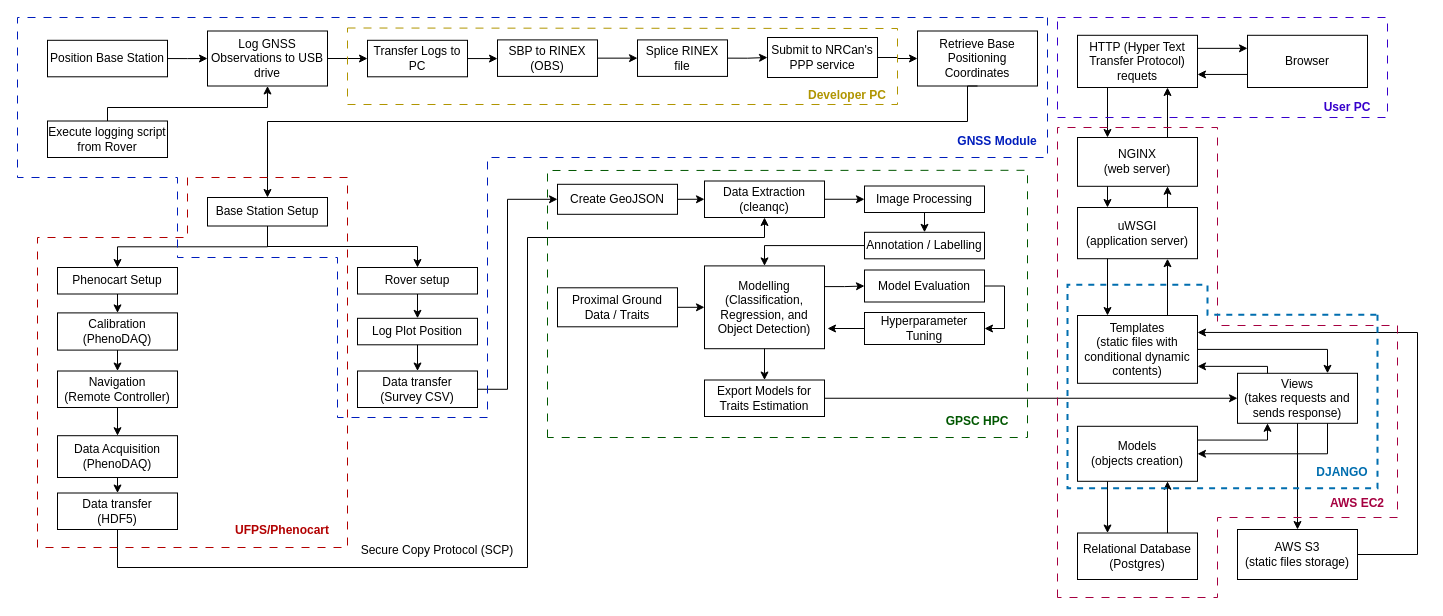
prabaharravichandran/Workflow keeps this draw.io diagram as Untitled Diagram.drawio. Above is the earlier version. Source tidied: cells renumbered, new cells numbered last; positions are measured from the earlier drawing's top-left corner, leaving out a move shared by most shapes. Both pictures are drawn from the tidied source at 100%, with x=0, y=0 at pixel (17, 17).
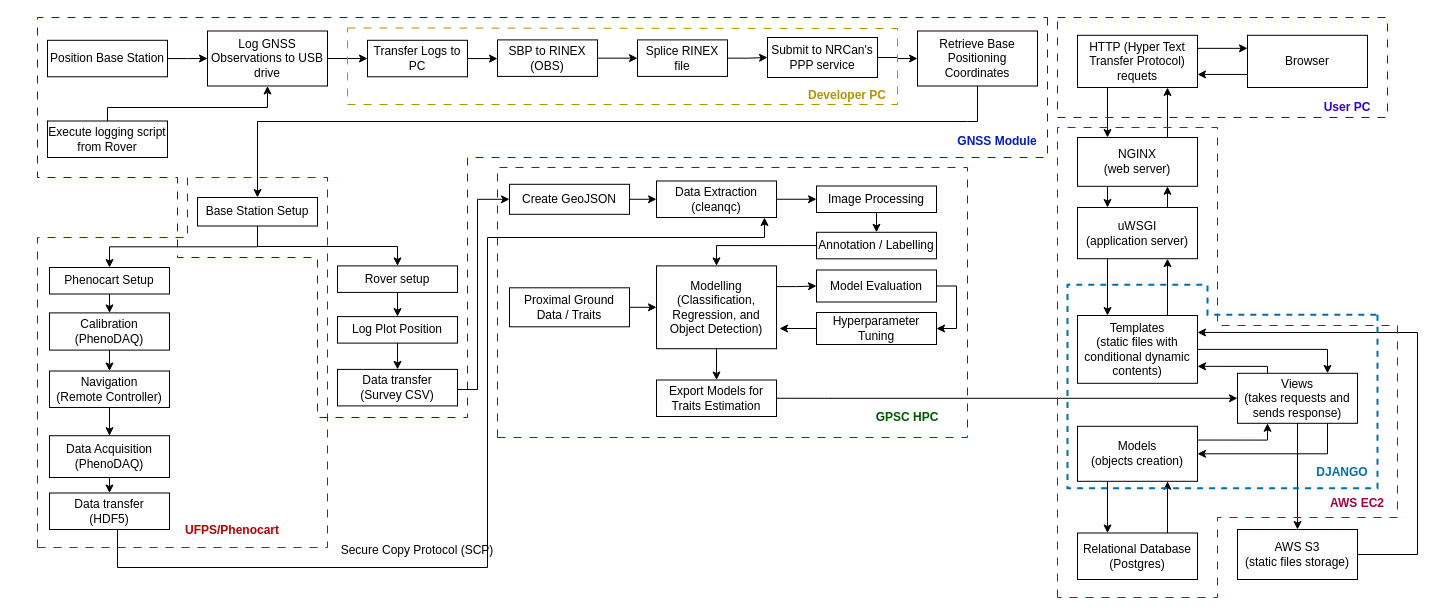
Above is the later version.

The edit, as a diff of the source:
```diff
@@
-    <mxCell id="17" style="edgeStyle=orthogonalEdgeStyle;rounded=0;jettySize=auto;html=1;exitX=0.5;exitY=1;exitDx=0;exitDy=0;" parent="1" edge="1" source="18" target="30">
+    <mxCell id="17" style="edgeStyle=orthogonalEdgeStyle;rounded=0;jettySize=auto;html=1;exitX=0.5;exitY=1;exitDx=0;exitDy=0;entryX=0.5;entryY=0;entryDx=0;entryDy=0;" parent="1" edge="1" source="18" target="30">
       <mxGeometry relative="1" as="geometry">
         <Array as="points">
-          <mxPoint x="250" y="229" />
-          <mxPoint x="400" y="229" />
+          <mxPoint x="240" y="229" />
+          <mxPoint x="380" y="229" />
         </Array>
       </mxGeometry>
     </mxCell>
     <mxCell id="18" value="Base Station Setup" style="rounded=0;whiteSpace=wrap;html=1;fillColor=none;" parent="1" vertex="1">
-      <mxGeometry x="190" y="180" width="120" height="28.5" as="geometry" />
+      <mxGeometry x="180" y="180" width="120" height="28.5" as="geometry" />
     </mxCell>
@@
     <mxCell id="20" value="Phenocart Setup" style="rounded=0;whiteSpace=wrap;html=1;fillColor=none;" parent="1" vertex="1">
-      <mxGeometry x="40" y="250" width="120" height="26.5" as="geometry" />
+      <mxGeometry x="32" y="250" width="120" height="26.5" as="geometry" />
     </mxCell>
@@
     <mxCell id="22" value="Calibration&lt;br&gt;(PhenoDAQ)" style="rounded=0;whiteSpace=wrap;html=1;fillColor=none;" parent="1" vertex="1">
-      <mxGeometry x="40" y="295.4" width="120" height="37.2" as="geometry" />
+      <mxGeometry x="32" y="295.4" width="120" height="37.2" as="geometry" />
     </mxCell>
@@
     <mxCell id="24" value="Navigation&lt;br&gt;(Remote Controller)" style="rounded=0;whiteSpace=wrap;html=1;fillColor=none;" parent="1" vertex="1">
-      <mxGeometry x="40" y="353.5" width="120" height="36.5" as="geometry" />
+      <mxGeometry x="32" y="353.5" width="120" height="36.5" as="geometry" />
     </mxCell>
@@
     <mxCell id="26" value="Data Acquisition&lt;br&gt;(PhenoDAQ)" style="rounded=0;whiteSpace=wrap;html=1;fillColor=none;" parent="1" vertex="1">
-      <mxGeometry x="40" y="418.2" width="120" height="41.8" as="geometry" />
+      <mxGeometry x="32" y="418.2" width="120" height="41.8" as="geometry" />
     </mxCell>
     <mxCell id="27" style="edgeStyle=orthogonalEdgeStyle;rounded=0;jettySize=auto;html=1;exitX=0.5;exitY=1;exitDx=0;exitDy=0;" parent="1" edge="1" source="28" target="38">
       <mxGeometry relative="1" as="geometry">
         <Array as="points">
+          <mxPoint x="100" y="512" />
           <mxPoint x="100" y="550" />
-          <mxPoint x="510" y="550" />
-          <mxPoint x="510" y="220" />
+          <mxPoint x="470" y="550" />
+          <mxPoint x="470" y="220" />
           <mxPoint x="747" y="220" />
         </Array>
       </mxGeometry>
     </mxCell>
     <mxCell id="28" value="Data transfer&lt;br&gt;(HDF5)" style="rounded=0;whiteSpace=wrap;html=1;fillColor=none;" parent="1" vertex="1">
-      <mxGeometry x="40" y="475.5" width="120" height="36.5" as="geometry" />
+      <mxGeometry x="32" y="475.5" width="120" height="36.5" as="geometry" />
     </mxCell>
@@
     <mxCell id="30" value="Rover setup" style="rounded=0;whiteSpace=wrap;html=1;fillColor=none;" parent="1" vertex="1">
-      <mxGeometry x="340" y="250" width="120" height="26.5" as="geometry" />
+      <mxGeometry x="320" y="248.4" width="120" height="26.5" as="geometry" />
     </mxCell>
@@
     <mxCell id="32" value="Log Plot Position" style="rounded=0;whiteSpace=wrap;html=1;fillColor=none;" parent="1" vertex="1">
-      <mxGeometry x="340" y="300.8" width="120" height="26.5" as="geometry" />
+      <mxGeometry x="320" y="299.1" width="120" height="26.5" as="geometry" />
     </mxCell>
     <mxCell id="33" style="edgeStyle=orthogonalEdgeStyle;rounded=0;jettySize=auto;html=1;exitX=1;exitY=0.5;exitDx=0;exitDy=0;entryX=0;entryY=0.5;entryDx=0;entryDy=0;" parent="1" edge="1" source="34" target="36">
       <mxGeometry relative="1" as="geometry">
         <Array as="points">
-          <mxPoint x="490" y="372" />
-          <mxPoint x="490" y="182" />
+          <mxPoint x="440" y="372" />
+          <mxPoint x="460" y="372" />
+          <mxPoint x="460" y="182" />
         </Array>
       </mxGeometry>
     </mxCell>
     <mxCell id="34" value="Data transfer &lt;br&gt;(Survey CSV)" style="rounded=0;whiteSpace=wrap;html=1;fillColor=none;" parent="1" vertex="1">
-      <mxGeometry x="340" y="353.5" width="120" height="36.5" as="geometry" />
+      <mxGeometry x="320" y="351.9" width="120" height="36.5" as="geometry" />
     </mxCell>
@@
     <mxCell id="36" value="Create GeoJSON" style="rounded=0;whiteSpace=wrap;html=1;fillColor=none;" parent="1" vertex="1">
-      <mxGeometry x="540" y="166.8" width="120" height="30" as="geometry" />
+      <mxGeometry x="492" y="166.8" width="120" height="30" as="geometry" />
     </mxCell>
@@
     <mxCell id="38" value="Data Extraction&lt;br&gt;(cleanqc)" style="rounded=0;whiteSpace=wrap;html=1;fillColor=none;" parent="1" vertex="1">
-      <mxGeometry x="687" y="163.5" width="120" height="36.5" as="geometry" />
+      <mxGeometry x="639" y="163.5" width="120" height="36.5" as="geometry" />
     </mxCell>
@@
     <mxCell id="40" value="Image Processing" style="rounded=0;whiteSpace=wrap;html=1;fillColor=none;" parent="1" vertex="1">
-      <mxGeometry x="847" y="168.5" width="120" height="26.5" as="geometry" />
+      <mxGeometry x="799" y="168.5" width="120" height="26.5" as="geometry" />
     </mxCell>
@@
     <mxCell id="42" value="Annotation / Labelling" style="rounded=0;whiteSpace=wrap;html=1;fillColor=none;" parent="1" vertex="1">
-      <mxGeometry x="847" y="214.8" width="120" height="26.5" as="geometry" />
+      <mxGeometry x="799" y="214.8" width="120" height="26.5" as="geometry" />
     </mxCell>
@@
     <mxCell id="45" value="Modelling (Classification, Regression, and Object Detection)" style="rounded=0;whiteSpace=wrap;html=1;fillColor=none;" parent="1" vertex="1">
-      <mxGeometry x="687" y="248.4" width="120" height="82.8" as="geometry" />
+      <mxGeometry x="639" y="248.4" width="120" height="82.8" as="geometry" />
     </mxCell>
@@
     <mxCell id="47" value="Proximal Ground Data / Traits" style="rounded=0;whiteSpace=wrap;html=1;fillColor=none;" parent="1" vertex="1">
-      <mxGeometry x="540" y="270.3" width="120" height="39" as="geometry" />
+      <mxGeometry x="492" y="270.3" width="120" height="39" as="geometry" />
     </mxCell>
@@
     <mxCell id="49" value="Model Evaluation" style="rounded=0;whiteSpace=wrap;html=1;fillColor=none;" parent="1" vertex="1">
-      <mxGeometry x="847" y="252.5" width="120" height="32" as="geometry" />
+      <mxGeometry x="799" y="252.5" width="120" height="32" as="geometry" />
     </mxCell>
@@
     <mxCell id="51" value="Export Models for Traits Estimation" style="rounded=0;whiteSpace=wrap;html=1;fillColor=none;" parent="1" vertex="1">
-      <mxGeometry x="687" y="362.5" width="120" height="36.5" as="geometry" />
+      <mxGeometry x="639" y="362.5" width="120" height="36.5" as="geometry" />
     </mxCell>
     <mxCell id="52" style="edgeStyle=orthogonalEdgeStyle;rounded=0;jettySize=auto;html=1;exitX=0;exitY=0.5;exitDx=0;exitDy=0;" parent="1" edge="1" source="53">
       <mxGeometry relative="1" as="geometry">
-        <mxPoint x="810" y="311.1" as="targetPoint" />
+        <mxPoint x="762" y="311.1" as="targetPoint" />
       </mxGeometry>
     </mxCell>
     <mxCell id="53" value="Hyperparameter Tuning" style="rounded=0;whiteSpace=wrap;html=1;fillColor=none;" parent="1" vertex="1">
-      <mxGeometry x="847" y="295" width="120" height="32" as="geometry" />
+      <mxGeometry x="799" y="295" width="120" height="32" as="geometry" />
     </mxCell>
@@
     <mxCell id="76" style="endArrow=none;dashed=1;html=1;rounded=0;fillColor=#0050ef;strokeColor=#001DBC;dashPattern=8 8;" parent="1" edge="1">
       <mxGeometry relative="1" as="geometry">
         <mxPoint x="1030" as="sourcePoint" />
         <mxPoint x="1030" as="targetPoint" />
         <Array as="points">
           <mxPoint x="1030" y="140" />
-          <mxPoint x="470" y="140" />
-          <mxPoint x="470" y="400" />
-          <mxPoint x="320" y="400" />
-          <mxPoint x="320" y="240" />
+          <mxPoint x="450" y="140" />
+          <mxPoint x="450" y="400" />
+          <mxPoint x="300" y="400" />
+          <mxPoint x="300" y="240" />
           <mxPoint x="160" y="240" />
           <mxPoint x="160" y="160" />
-          <mxPoint y="160" />
-          <mxPoint />
+          <mxPoint x="20" y="160" />
+          <mxPoint x="20" />
         </Array>
       </mxGeometry>
     </mxCell>
@@
     <mxCell id="78" style="endArrow=none;dashed=1;html=1;rounded=0;fillColor=#e51400;strokeColor=#B20000;dashPattern=8 8;" parent="1" edge="1">
       <mxGeometry relative="1" as="geometry">
         <mxPoint x="20" y="530" as="sourcePoint" />
         <mxPoint x="20" y="530" as="targetPoint" />
         <Array as="points">
           <mxPoint x="20" y="220" />
           <mxPoint x="170" y="220" />
           <mxPoint x="170" y="160" />
-          <mxPoint x="330" y="160" />
-          <mxPoint x="330" y="530" />
+          <mxPoint x="310" y="160" />
+          <mxPoint x="310" y="530" />
         </Array>
       </mxGeometry>
     </mxCell>
     <mxCell id="79" style="endArrow=none;dashed=1;html=1;rounded=0;fillColor=#008a00;strokeColor=#005700;dashPattern=8 8;" parent="1" edge="1">
       <mxGeometry relative="1" as="geometry">
-        <mxPoint x="530" y="420" as="sourcePoint" />
-        <mxPoint x="530" y="420" as="targetPoint" />
+        <mxPoint x="480" y="420" as="sourcePoint" />
+        <mxPoint x="480" y="420" as="targetPoint" />
         <Array as="points">
-          <mxPoint x="530" y="153" />
-          <mxPoint x="1010" y="152.8" />
-          <mxPoint x="1010" y="420" />
+          <mxPoint x="480" y="150" />
+          <mxPoint x="950" y="150" />
+          <mxPoint x="950" y="420" />
         </Array>
       </mxGeometry>
     </mxCell>
@@
     <mxCell id="82" value="&lt;b&gt;UFPS/Phenocart&lt;/b&gt;" style="text;html=1;strokeColor=none;fillColor=none;align=center;verticalAlign=middle;whiteSpace=wrap;rounded=0;fontColor=#B20000;" parent="1" vertex="1">
-      <mxGeometry x="220" y="502.5" width="90" height="20" as="geometry" />
+      <mxGeometry x="170" y="502.5" width="90" height="20" as="geometry" />
     </mxCell>
     <mxCell id="83" value="&lt;b&gt;&lt;font color=&quot;#005700&quot;&gt;GPSC HPC&lt;/font&gt;&lt;/b&gt;" style="text;html=1;strokeColor=none;fillColor=none;align=center;verticalAlign=middle;whiteSpace=wrap;rounded=0;" parent="1" vertex="1">
-      <mxGeometry x="910" y="394" width="100" height="20" as="geometry" />
+      <mxGeometry x="840" y="390" width="100" height="20" as="geometry" />
     </mxCell>
@@
     <mxCell id="95" value="Secure Copy Protocol (SCP)" style="text;html=1;strokeColor=none;fillColor=none;align=center;verticalAlign=middle;whiteSpace=wrap;rounded=0;" parent="1" vertex="1">
-      <mxGeometry x="330" y="522.5" width="180" height="20" as="geometry" />
+      <mxGeometry x="310" y="522.5" width="180" height="20" as="geometry" />
     </mxCell>
```
